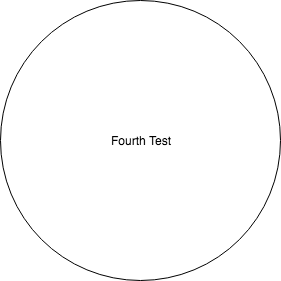
This is Diagram2.png from foochow94/TestRepo, a draw.io export, as it was before one commit. Source tidied: cells renumbered, new cells last; positions are measured from the earlier drawing's top-left corner, leaving out a move shared by most shapes.
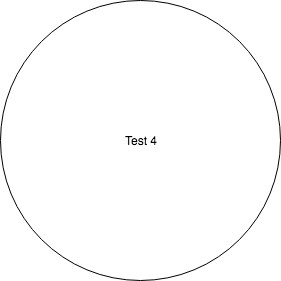
The same diagram one commit later.

Change to the diagram source:
```diff
@@ -2,7 +2,7 @@
   <root>
     <mxCell id="0" />
     <mxCell id="1" parent="0" />
-    <mxCell id="2" value="Fourth Test" style="ellipse;whiteSpace=wrap;html=1;" parent="1" vertex="1">
+    <mxCell id="2" value="Test 4" style="ellipse;whiteSpace=wrap;html=1;" parent="1" vertex="1">
       <mxGeometry width="280" height="280" as="geometry" />
     </mxCell>
   </root>
```
